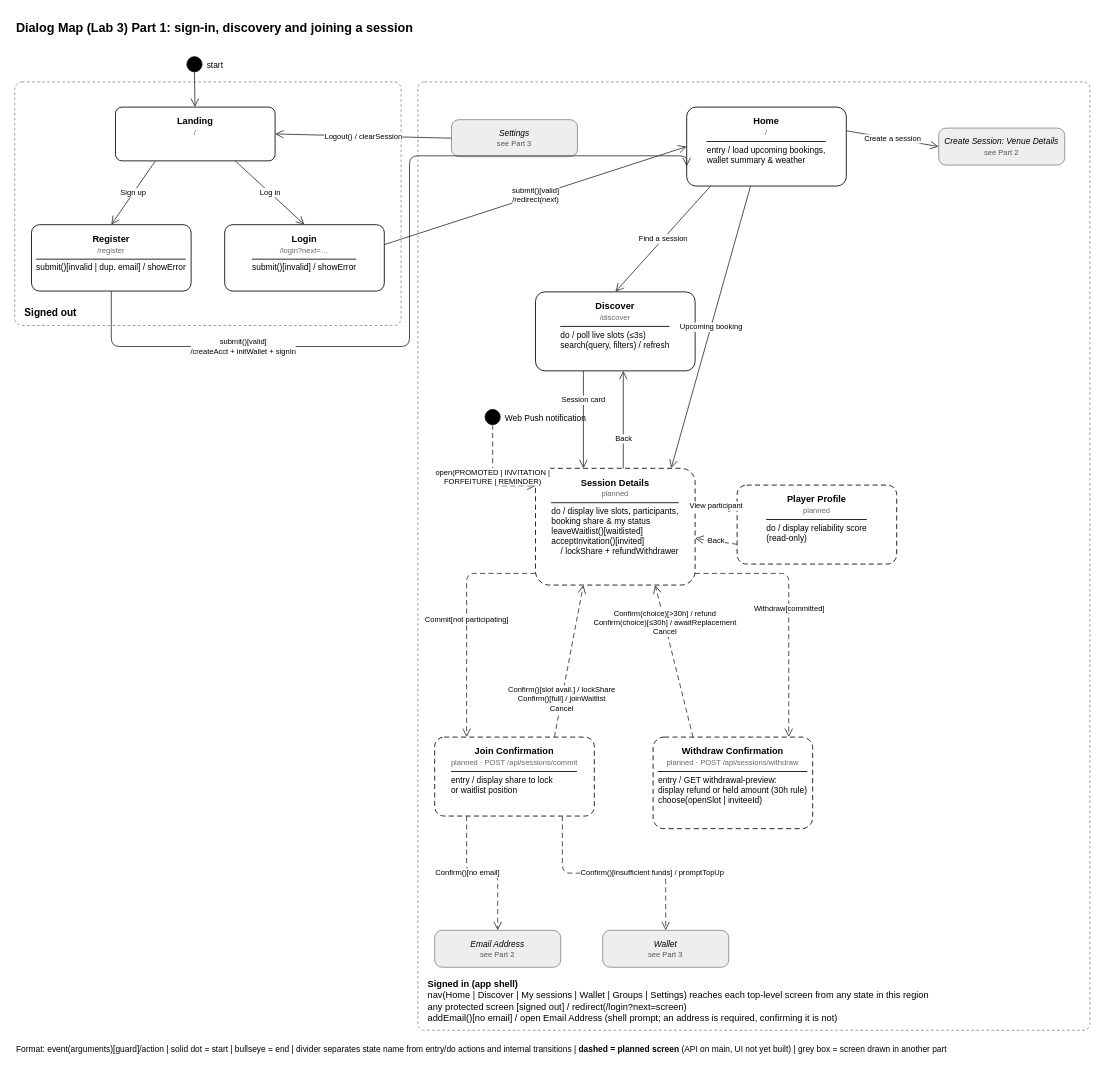
Earlier version of the draw.io diagram lab3/dialog-map-part1.drawio (liang799/booking-web-manager). Source tidied: cells renumbered, new cells numbered last; positions are measured from the earlier drawing's top-left corner, leaving out a move shared by most shapes. Both pictures are drawn from the tidied source at 84%, with x=0, y=0 at pixel (14, 14).
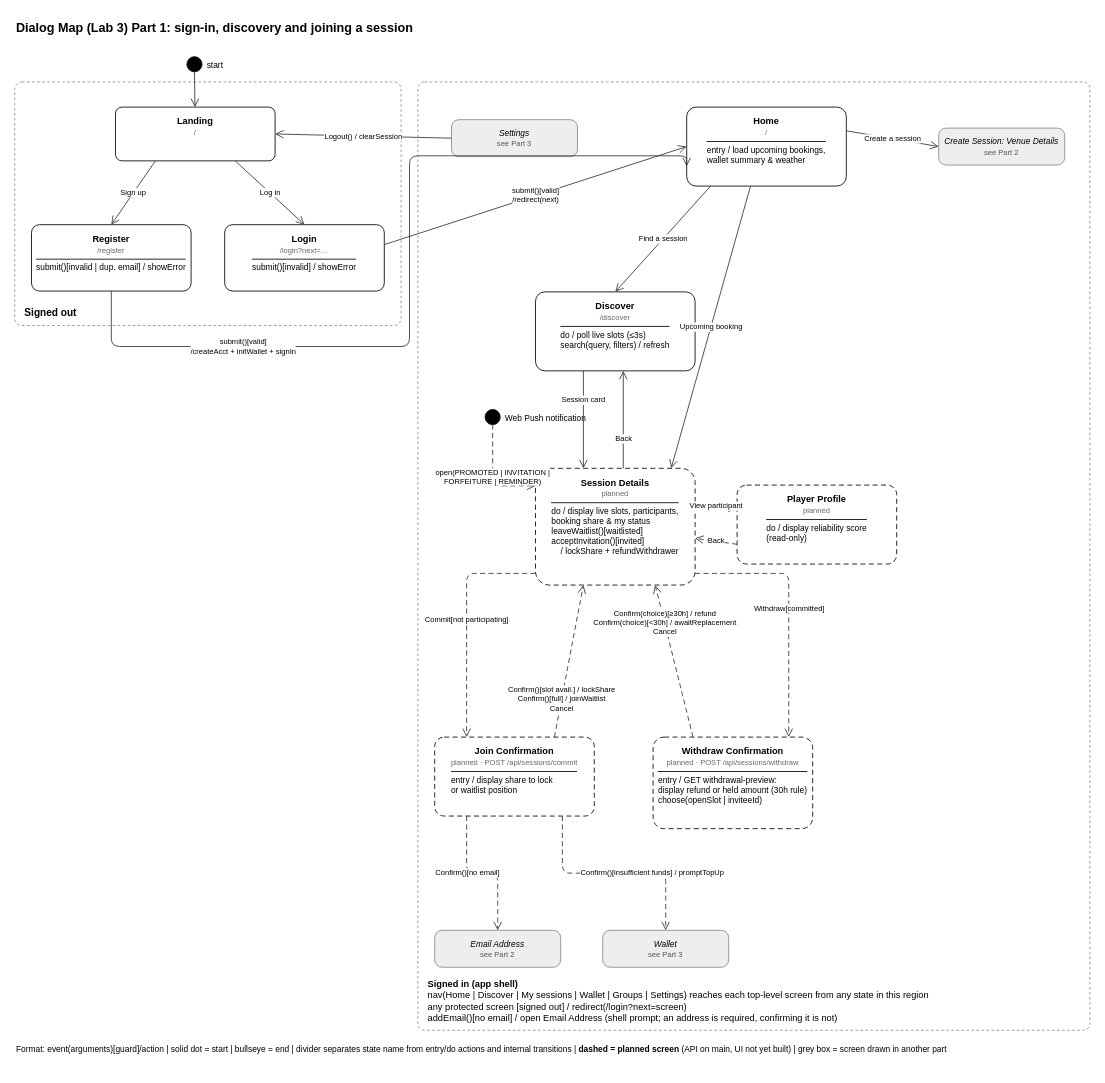
After the change.

Commit message (it also covers changes not shown here):
docs(lab3): show Rule A's 30-hour refund boundary in the dialog map

Unchanged cells that the change refers to:
```xml
<mxCell id="9" value="&lt;b&gt;Session Details&lt;/b&gt;&lt;br&gt;&lt;font style='font-size:9px' color='#666666'&gt;planned&lt;/font&gt;&lt;hr style='border:none;border-top:1px solid #000;margin:4px 0'&gt;&lt;div style='text-align:left;font-size:10px'&gt;do / display live slots, participants,&lt;br&gt;booking share &amp;amp; my status&lt;br&gt;leaveWaitlist()[waitlisted]&lt;br&gt;acceptInvitation()[invited]&lt;br&gt;&amp;nbsp;&amp;nbsp;&amp;nbsp;&amp;nbsp;/ lockShare + refundWithdrawer&lt;/div&gt;" style="rounded=1;arcSize=12;whiteSpace=wrap;html=1;fillColor=#ffffff;strokeColor=#000000;fontSize=11;verticalAlign=top;spacingTop=4;dashed=1;dashPattern=6 4;" parent="1" vertex="1">
  <mxGeometry x="620" y="540" width="190" height="139" as="geometry" />
</mxCell>
<mxCell id="11" value="&lt;b&gt;Withdraw Confirmation&lt;/b&gt;&lt;br&gt;&lt;font style='font-size:9px' color='#666666'&gt;planned · POST /api/sessions/withdraw&lt;/font&gt;&lt;hr style='border:none;border-top:1px solid #000;margin:4px 0'&gt;&lt;div style='text-align:left;font-size:10px'&gt;entry / GET withdrawal-preview:&lt;br&gt;display refund or held amount (30h rule)&lt;br&gt;choose(openSlot | inviteeId)&lt;/div&gt;" style="rounded=1;arcSize=12;whiteSpace=wrap;html=1;fillColor=#ffffff;strokeColor=#000000;fontSize=11;verticalAlign=top;spacingTop=4;dashed=1;dashPattern=6 4;" parent="1" vertex="1">
  <mxGeometry x="760" y="860" width="190" height="109" as="geometry" />
</mxCell>
```

Change to the diagram source:
```diff
@@
-    <mxCell id="38" value="Confirm(choice)[&amp;gt;30h] / refund&lt;br&gt;Confirm(choice)[≤30h] / awaitReplacement&lt;br&gt;Cancel" style="html=1;rounded=1;endArrow=open;endSize=8;strokeColor=#333333;fontSize=9;labelBackgroundColor=#ffffff;edgeStyle=none;dashed=1;dashPattern=6 4;exitX=0.25;exitY=0;entryX=0.75;entryY=1;" parent="1" edge="1" source="11" target="9">
+    <mxCell id="38" value="Confirm(choice)[≥30h] / refund&lt;br&gt;Confirm(choice)[&amp;lt;30h] / awaitReplacement&lt;br&gt;Cancel" style="html=1;rounded=1;endArrow=open;endSize=8;strokeColor=#333333;fontSize=9;labelBackgroundColor=#ffffff;edgeStyle=none;dashed=1;dashPattern=6 4;exitX=0.25;exitY=0;entryX=0.75;entryY=1;" parent="1" edge="1" source="11" target="9">
       <mxGeometry x="0.5" relative="1" as="geometry" />
     </mxCell>
```
